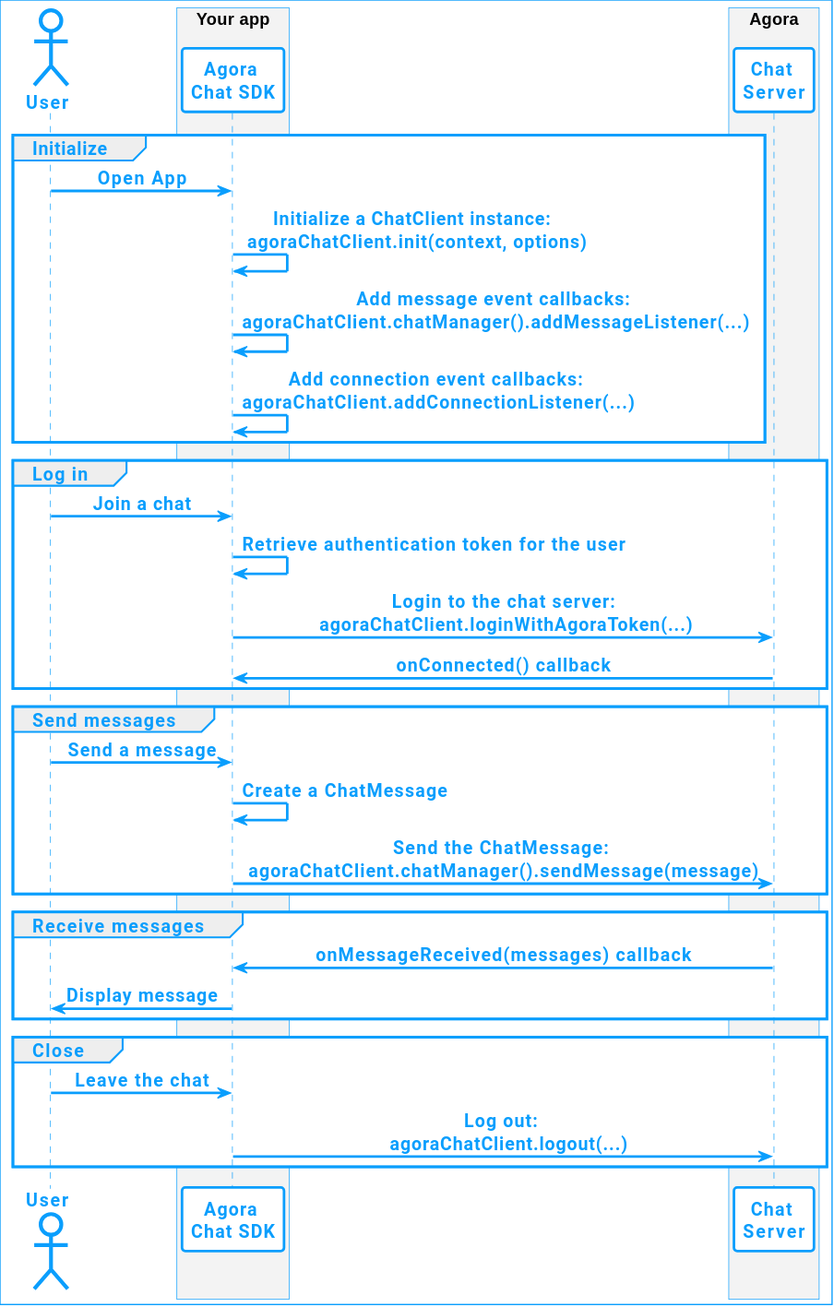
AgoraIO/Docs-Source keeps this PlantUML diagram as assets/images/chat/chat-call-logic-android.svg. Above is the earlier version.
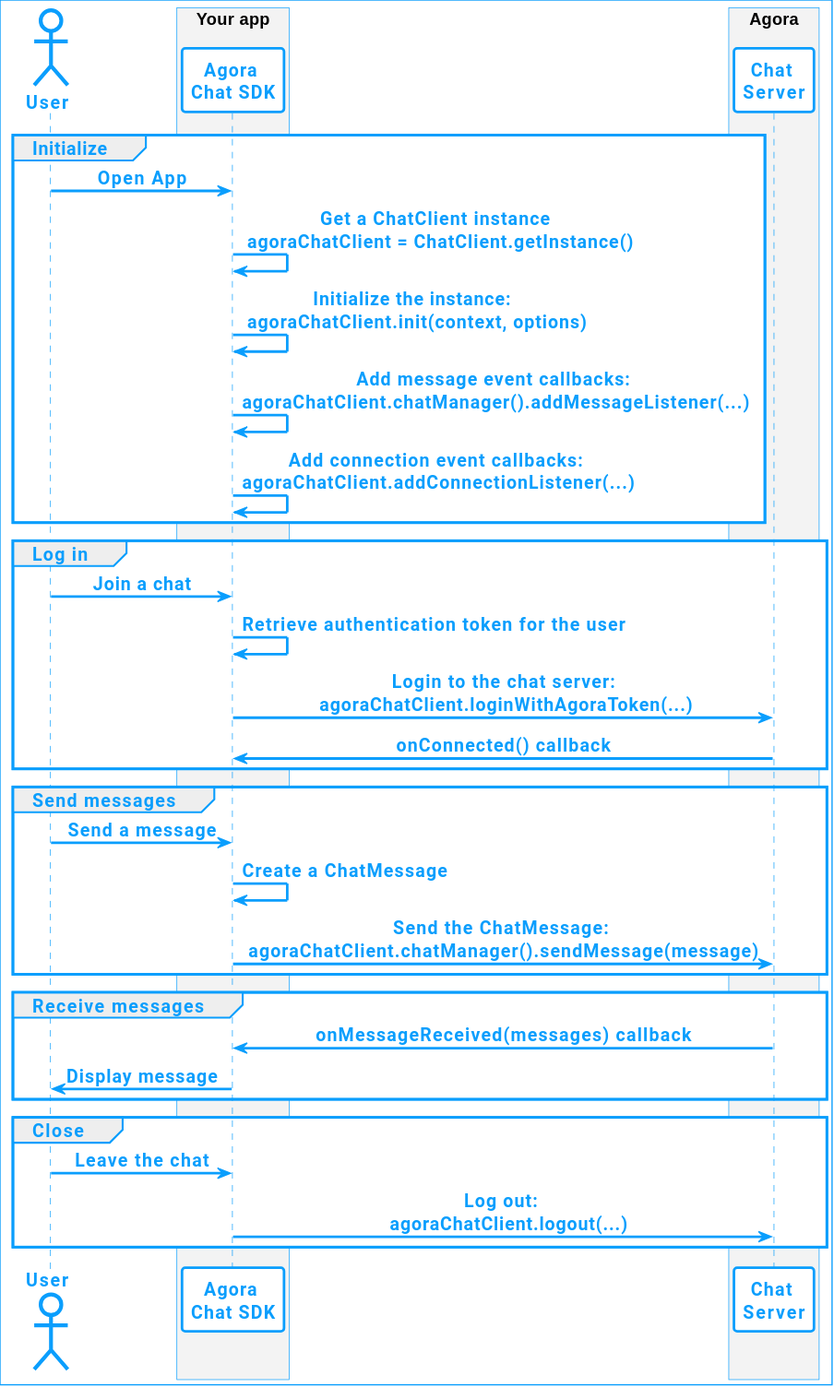
After the commit.

Diff of the diagram source:
```diff
@@ -13,7 +13,8 @@
 
 group Initialize
 USR -> APP: Open App
-APP -> APP: Initialize a ChatClient instance: \n agoraChatClient.init(context, options)
+APP -> APP: Get a ChatClient instance \n agoraChatClient = ChatClient.getInstance()
+APP -> APP: Initialize the instance: \n agoraChatClient.init(context, options)
 APP -> APP: Add message event callbacks: \nagoraChatClient.chatManager().addMessageListener(...)
 APP -> APP: Add connection event callbacks: \nagoraChatClient.addConnectionListener(...)
 end
```
